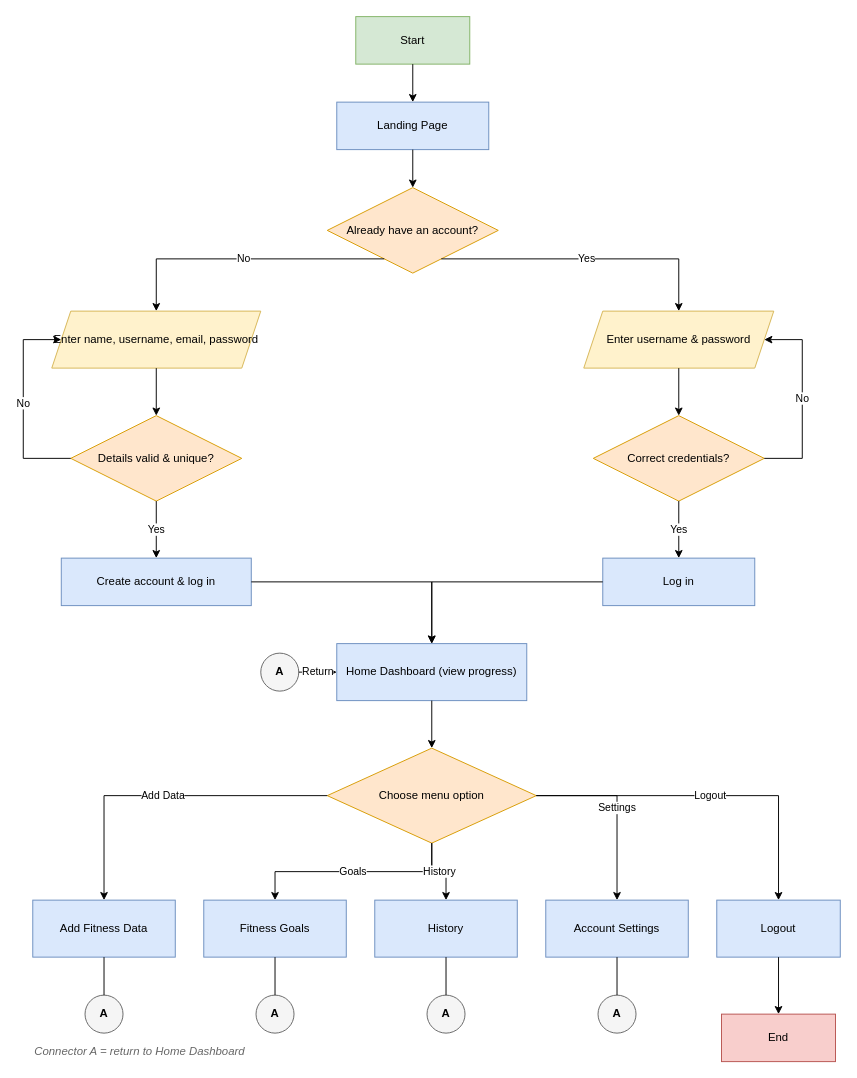
hanna-cpu/nea_fitness_tracker keeps this draw.io diagram as page "1. High-Level Overview" (1 of 10) of docs/flowcharts.drawio. Above is the earlier version. Source tidied: cells renumbered, new cells numbered last; positions are measured from the earlier drawing's top-left corner, leaving out a move shared by most shapes. Both pictures are drawn from the tidied source at 95%, with x=0, y=0 at pixel (23, 16).
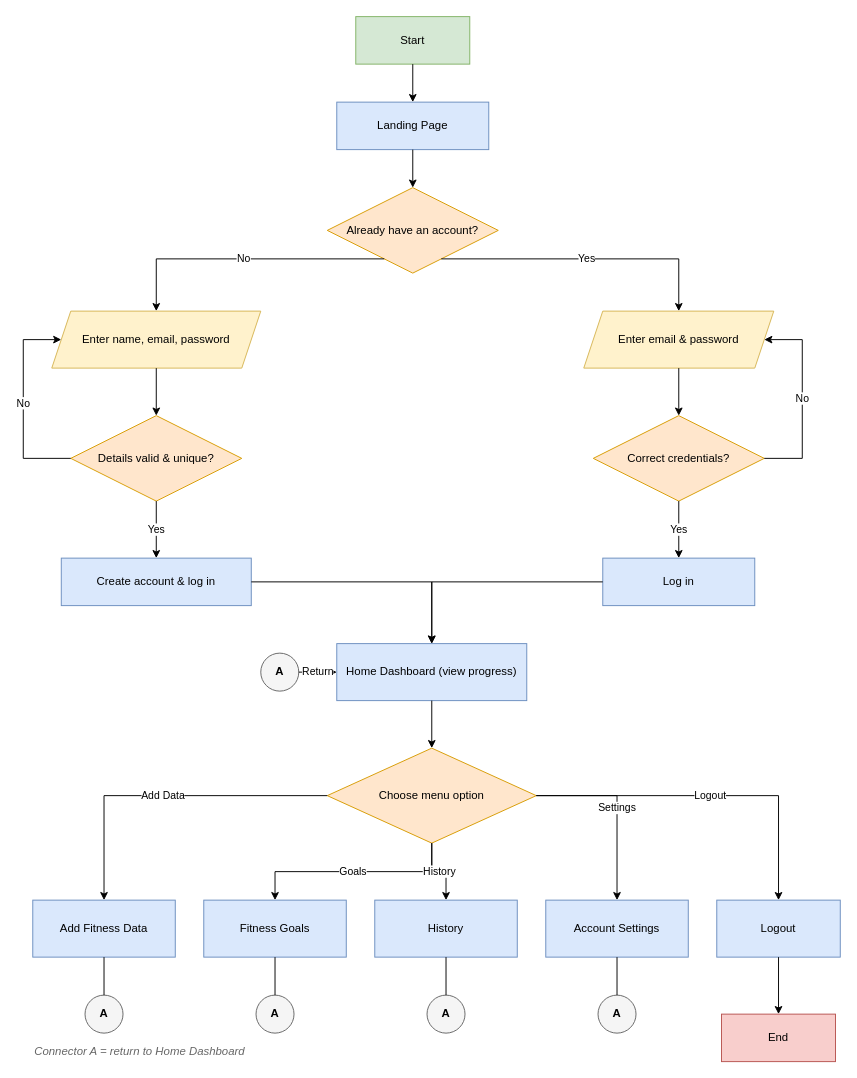
The same page after the edit.

Diff of the diagram source:
```diff
@@
-    <mxCell id="5" value="Enter name, username, email, password" style="shape=parallelogram;perimeter=parallelogramPerimeter;whiteSpace=wrap;html=1;fixedSize=1;fillColor=#fff2cc;strokeColor=#d6b656;" parent="1" vertex="1">
+    <mxCell id="5" value="Enter name, email, password" style="shape=parallelogram;perimeter=parallelogramPerimeter;whiteSpace=wrap;html=1;fixedSize=1;fillColor=#fff2cc;strokeColor=#d6b656;" parent="1" vertex="1">
       <mxGeometry x="30" y="310" width="220" height="60" as="geometry" />
     </mxCell>
@@
-    <mxCell id="8" value="Enter username &amp; password" style="shape=parallelogram;perimeter=parallelogramPerimeter;whiteSpace=wrap;html=1;fixedSize=1;fillColor=#fff2cc;strokeColor=#d6b656;" parent="1" vertex="1">
+    <mxCell id="8" value="Enter email &amp; password" style="shape=parallelogram;perimeter=parallelogramPerimeter;whiteSpace=wrap;html=1;fixedSize=1;fillColor=#fff2cc;strokeColor=#d6b656;" parent="1" vertex="1">
       <mxGeometry x="590" y="310" width="200" height="60" as="geometry" />
     </mxCell>
```
